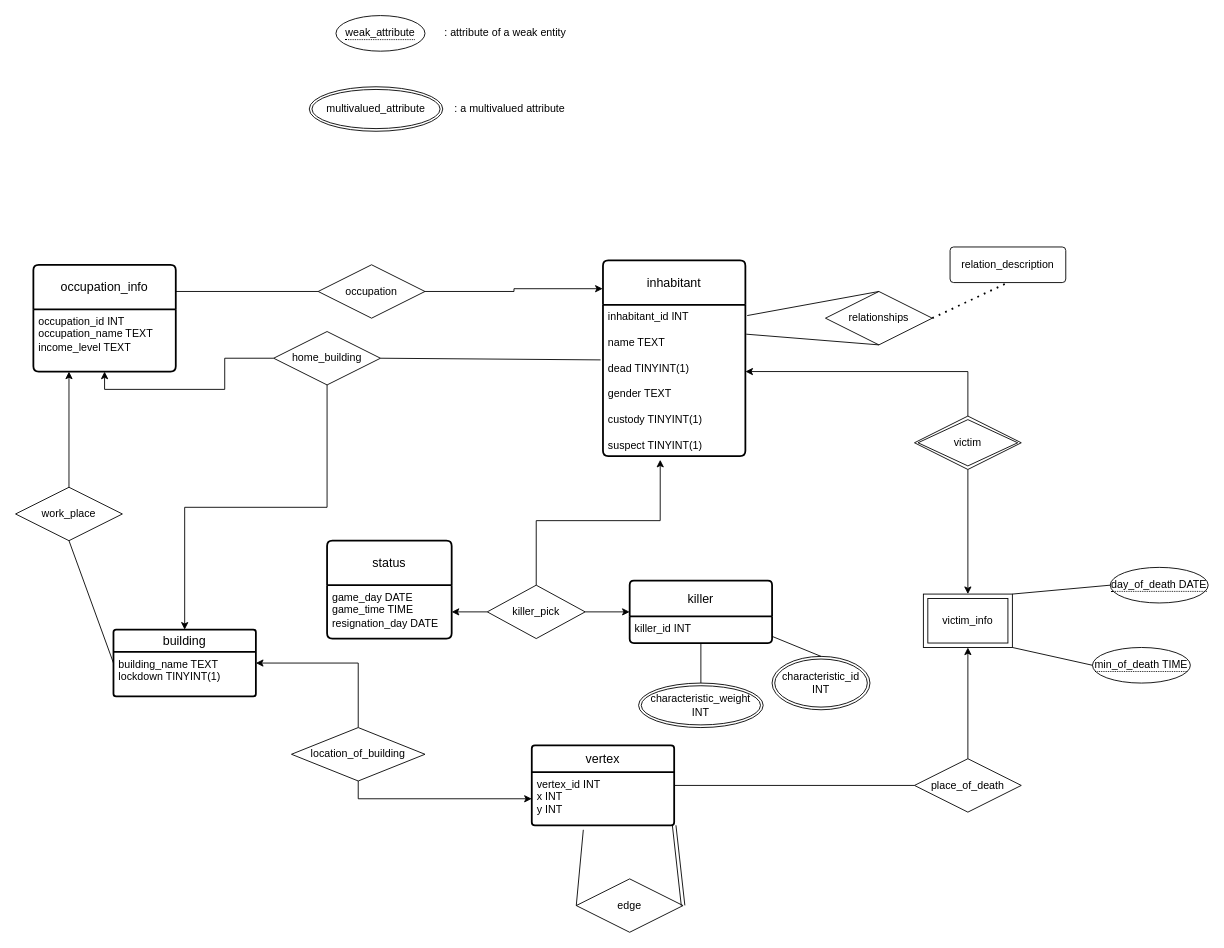
The draw.io diagram ER_model.drawio in chikubidestroyer/D.-Simulator, before the edit. Source tidied: cells renumbered, new cells numbered last; positions are measured from the earlier drawing's top-left corner, leaving out a move shared by most shapes. Both pictures are drawn from the tidied source at 89%, with x=0, y=0 at pixel (15, 15).
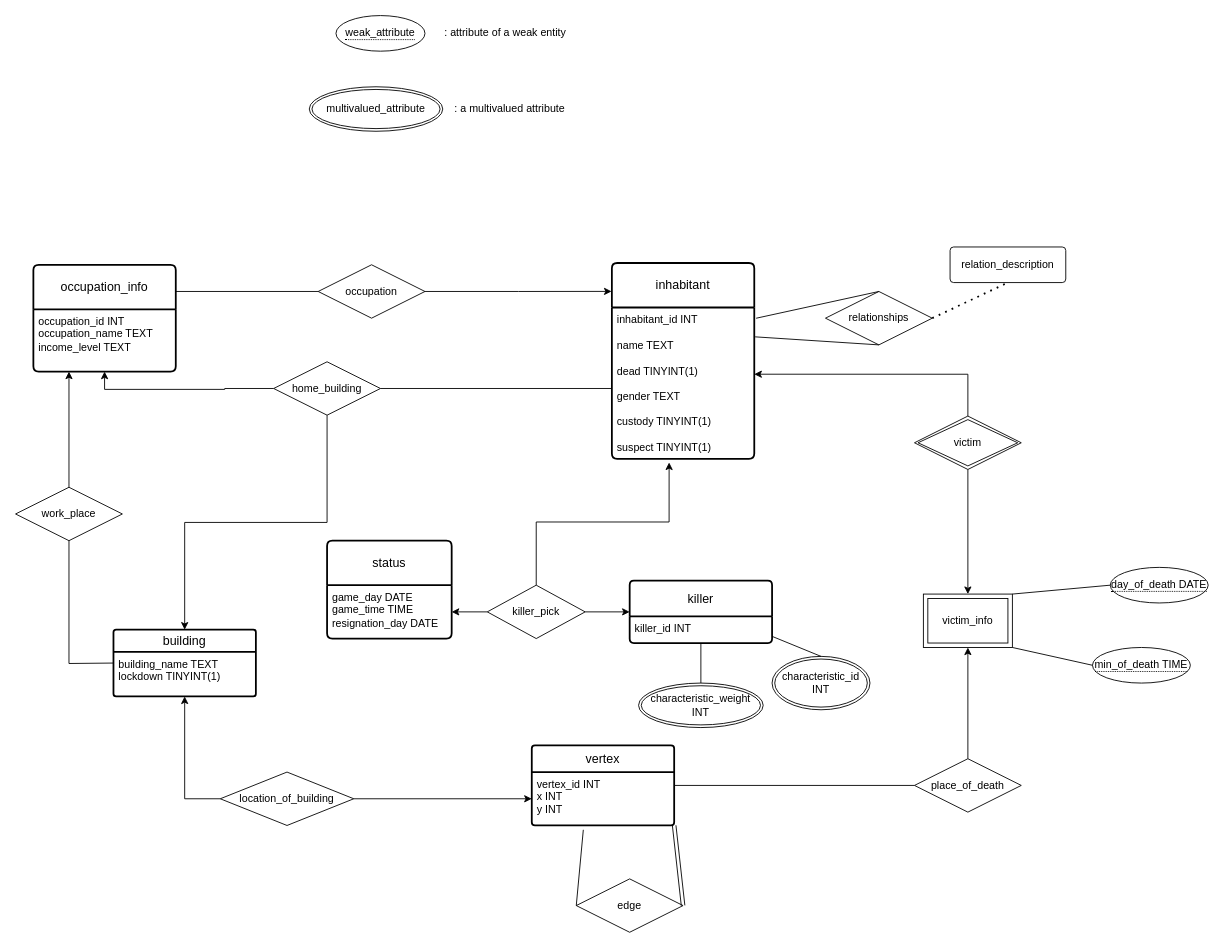
The same diagram, later.

Unchanged cells that the change refers to:
```xml
<mxCell id="7" value="inhabitant_id INT&lt;br&gt;&lt;br&gt;name TEXT&lt;br&gt;&lt;br style=&quot;border-color: var(--border-color); padding: 0px; margin: 0px;&quot;&gt;dead TINYINT(1)&lt;br&gt;&lt;br style=&quot;border-color: var(--border-color); padding: 0px; margin: 0px;&quot;&gt;gender TEXT&lt;br&gt;&lt;br style=&quot;border-color: var(--border-color); padding: 0px; margin: 0px;&quot;&gt;custody TINYINT(1)&lt;br&gt;&lt;br&gt;suspect TINYINT(1)" style="align=left;strokeColor=none;fillColor=none;spacingLeft=4;fontSize=12;verticalAlign=top;html=1;" parent="6" vertex="1">
  <mxGeometry y="50" width="160" height="170" as="geometry" />
</mxCell>
<mxCell id="15" value="vertex_id INT&lt;br&gt;x INT&lt;br&gt;y INT" style="align=left;strokeColor=none;fillColor=none;spacingLeft=4;fontSize=12;verticalAlign=top;html=1;" parent="14" vertex="1">
  <mxGeometry y="30" width="160" height="60" as="geometry" />
</mxCell>
<mxCell id="27" value="building_name TEXT&lt;br&gt;lockdown TINYINT(1)" style="align=left;strokeColor=none;fillColor=none;spacingLeft=4;fontSize=12;verticalAlign=top;html=1;" parent="26" vertex="1">
  <mxGeometry y="25" width="160" height="50" as="geometry" />
</mxCell>
<mxCell id="38" value="work_place" style="shape=rhombus;perimeter=rhombusPerimeter;whiteSpace=wrap;html=1;align=center;" parent="1" vertex="1">
  <mxGeometry y="530" width="120" height="60" as="geometry" />
</mxCell>
```

What changed in the source:
```diff
@@
     <mxCell id="6" value="inhabitant" style="swimlane;horizontal=1;startSize=50;rounded=1;fontSize=14;fontStyle=0;strokeWidth=2;shadow=0;dashed=0;align=center;arcSize=4;whiteSpace=wrap;html=1;swimlaneBody=1;" parent="1" vertex="1">
-      <mxGeometry x="660" y="275" width="160" height="220" as="geometry" />
+      <mxGeometry x="670" y="278" width="160" height="220" as="geometry" />
     </mxCell>
@@
-    <mxCell id="28" style="edgeStyle=orthogonalEdgeStyle;rounded=0;jettySize=auto;html=1;exitX=0.5;exitY=0;exitDx=0;exitDy=0;entryX=1;entryY=0.25;entryDx=0;entryDy=0;" parent="1" edge="1" source="30" target="27">
+    <mxCell id="28" style="edgeStyle=orthogonalEdgeStyle;rounded=0;jettySize=auto;html=1;exitX=0;exitY=0.5;exitDx=0;exitDy=0;entryX=0.5;entryY=1;entryDx=0;entryDy=0;" parent="1" edge="1" source="30" target="27">
       <mxGeometry relative="1" as="geometry" />
     </mxCell>
-    <mxCell id="29" style="edgeStyle=orthogonalEdgeStyle;rounded=0;jettySize=auto;html=1;exitX=0.5;exitY=1;exitDx=0;exitDy=0;entryX=0;entryY=0.5;entryDx=0;entryDy=0;" parent="1" edge="1" source="30" target="15">
+    <mxCell id="29" style="edgeStyle=orthogonalEdgeStyle;rounded=0;jettySize=auto;html=1;entryX=0;entryY=0.5;entryDx=0;entryDy=0;" parent="1" edge="1" source="30" target="15">
       <mxGeometry relative="1" as="geometry" />
     </mxCell>
     <mxCell id="30" value="location_of_building" style="shape=rhombus;perimeter=rhombusPerimeter;whiteSpace=wrap;html=1;align=center;" parent="1" vertex="1">
-      <mxGeometry x="310" y="800" width="150" height="60" as="geometry" />
+      <mxGeometry x="230" y="850" width="150" height="60" as="geometry" />
     </mxCell>
@@
     <mxCell id="33" value="home_building" style="shape=rhombus;perimeter=rhombusPerimeter;whiteSpace=wrap;html=1;align=center;" parent="1" vertex="1">
-      <mxGeometry x="290" y="355" width="120" height="60" as="geometry" />
+      <mxGeometry x="290" y="389" width="120" height="60" as="geometry" />
     </mxCell>
-    <mxCell id="34" style="endArrow=none;html=1;rounded=0;entryX=-0.017;entryY=0.364;entryDx=0;entryDy=0;entryPerimeter=0;exitX=1;exitY=0.5;exitDx=0;exitDy=0;" parent="1" edge="1" source="33" target="7">
-      <mxGeometry relative="1" as="geometry" />
+    <mxCell id="34" style="endArrow=none;html=1;rounded=0;exitX=1;exitY=0.5;exitDx=0;exitDy=0;" parent="1" edge="1" source="33">
+      <mxGeometry relative="1" as="geometry">
+        <mxPoint x="670" y="419" as="targetPoint" />
+      </mxGeometry>
     </mxCell>
@@
     <mxCell id="39" style="endArrow=none;html=1;rounded=0;entryX=0;entryY=0.25;entryDx=0;entryDy=0;exitX=0.5;exitY=1;exitDx=0;exitDy=0;" parent="1" edge="1" source="38" target="27">
-      <mxGeometry relative="1" as="geometry" />
+      <mxGeometry relative="1" as="geometry">
+        <Array as="points">
+          <mxPoint x="60" y="728" />
+        </Array>
+      </mxGeometry>
     </mxCell>
```
